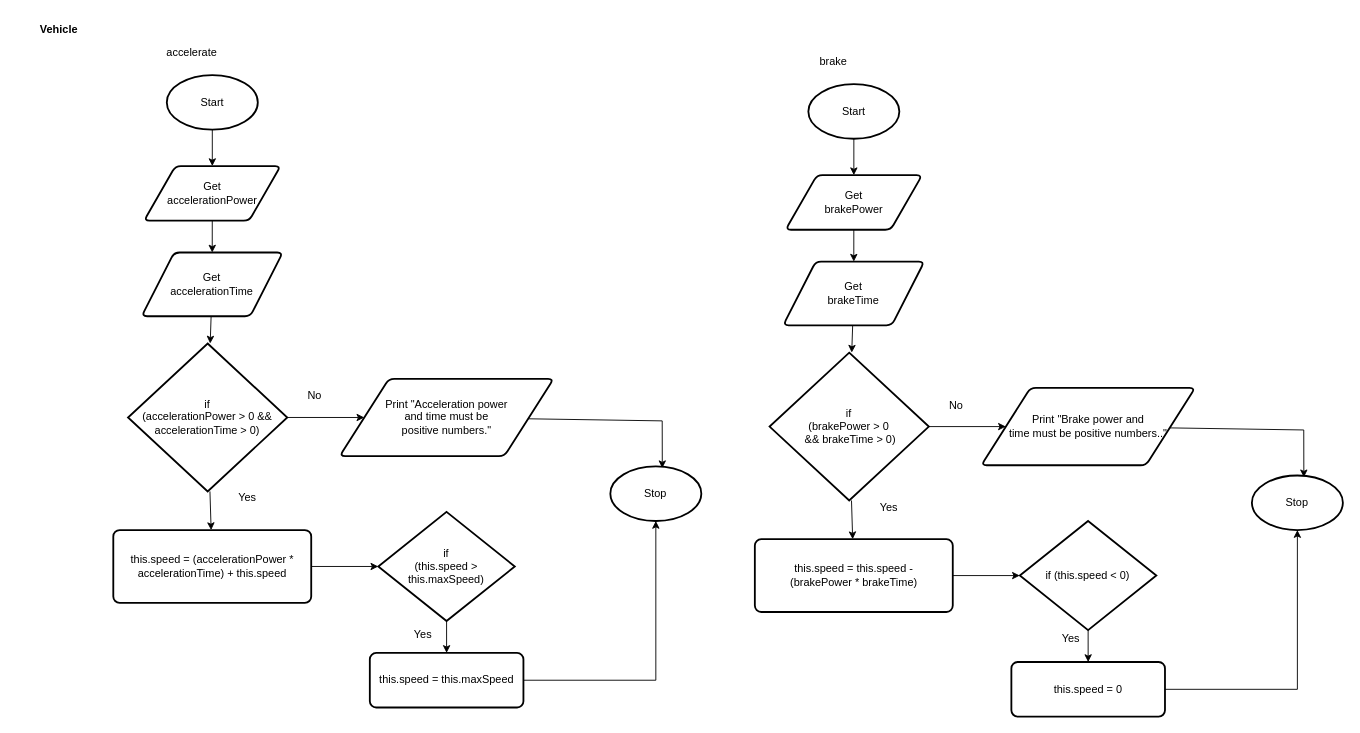
Above: Unit2-07/design/flowchart3.drawio in evan-beaudoin99/ICS4U-Unit2-Evan-Beaudoin (draw.io), before the change. Source tidied: cells renumbered, new cells numbered last; positions are measured from the earlier drawing's top-left corner, leaving out a move shared by most shapes. Both pictures are drawn from the tidied source at 91%, with x=0, y=0 at pixel (31, 15).
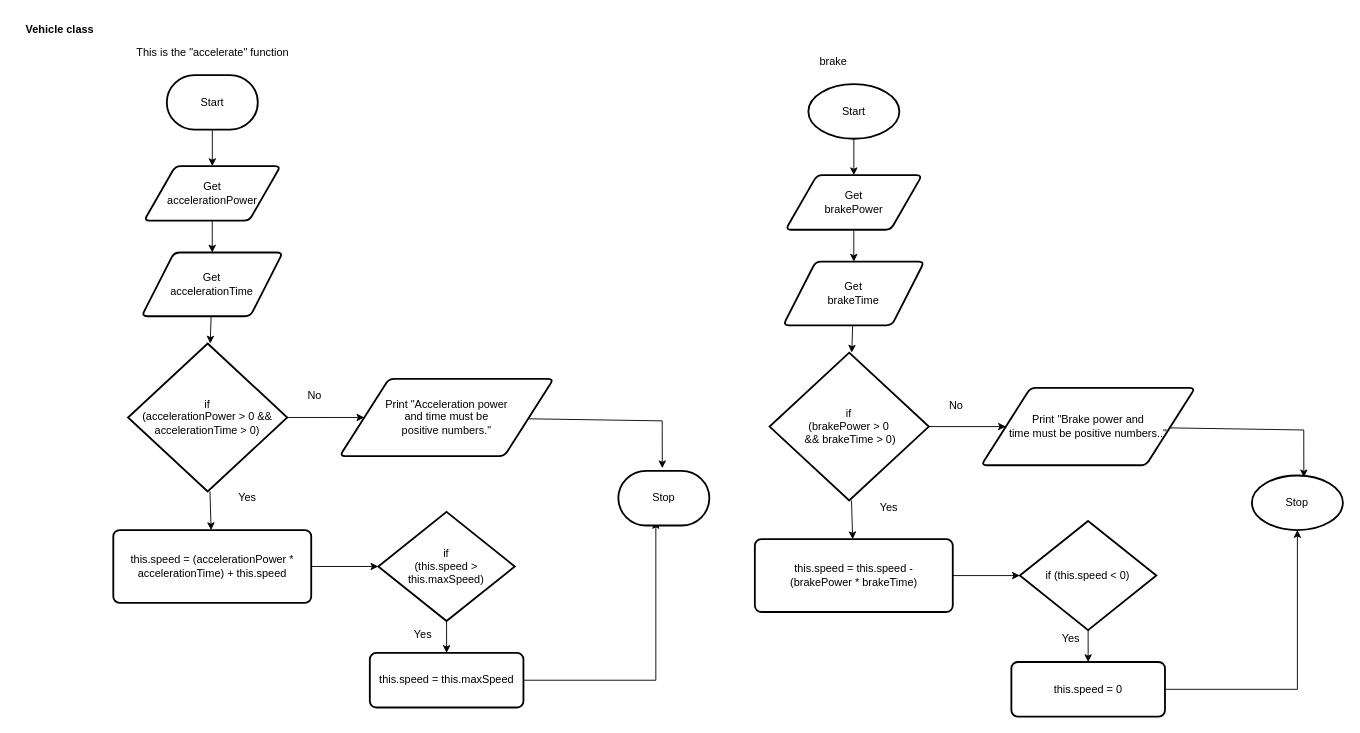
Above is the later version.

Unchanged cells that the change refers to:
```xml
<mxCell id="10" value="Get&lt;br style=&quot;font-size: 12px;&quot;&gt;accelerationPower" style="shape=parallelogram;html=1;strokeWidth=2;perimeter=parallelogramPerimeter;whiteSpace=wrap;rounded=1;arcSize=12;size=0.23;fontSize=12;" parent="1" vertex="1">
  <mxGeometry x="123.8" y="165" width="150" height="60" as="geometry" />
</mxCell>
<mxCell id="21" value="this.speed = this.maxSpeed" style="rounded=1;whiteSpace=wrap;html=1;absoluteArcSize=1;arcSize=14;strokeWidth=2;fontSize=12;" parent="1" vertex="1">
  <mxGeometry x="371.9" y="700" width="168.8" height="60" as="geometry" />
</mxCell>
<mxCell id="23" value="Print &quot;Acceleration power &lt;br&gt;and time must be &lt;br&gt;positive numbers.&quot;" style="shape=parallelogram;html=1;strokeWidth=2;perimeter=parallelogramPerimeter;whiteSpace=wrap;rounded=1;arcSize=12;size=0.23;fontSize=12;" parent="1" vertex="1">
  <mxGeometry x="338.8" y="398.8" width="235" height="85" as="geometry" />
</mxCell>
```

What changed in the source:
```diff
@@
-    <mxCell id="5" value="&lt;b&gt;Vehicle&lt;/b&gt;" style="text;html=1;align=center;verticalAlign=middle;strokeColor=none;fillColor=none;" parent="1" vertex="1">
-      <mxGeometry width="60" height="30" as="geometry" />
+    <mxCell id="5" value="&lt;b&gt;Vehicle class&lt;/b&gt;" style="text;html=1;align=center;verticalAlign=middle;strokeColor=none;fillColor=none;" parent="1" vertex="1">
+      <mxGeometry x="-17" width="95" height="30" as="geometry" />
     </mxCell>
-    <mxCell id="6" style="edgeStyle=none;html=1;fontSize=12;" parent="1" edge="1" source="7" target="10">
-      <mxGeometry relative="1" as="geometry" />
+    <mxCell id="6" style="edgeStyle=none;html=1;fontSize=12;" parent="1" edge="1" target="10">
+      <mxGeometry relative="1" as="geometry">
+        <mxPoint x="198.8" y="125" as="sourcePoint" />
+      </mxGeometry>
     </mxCell>
-    <mxCell id="7" value="Start" style="strokeWidth=2;html=1;shape=mxgraph.flowchart.start_1;whiteSpace=wrap;" parent="1" vertex="1">
-      <mxGeometry x="148.8" y="65" width="100" height="60" as="geometry" />
-    </mxCell>
-    <mxCell id="8" value="accelerate" style="text;html=1;align=center;verticalAlign=middle;strokeColor=none;fillColor=none;" parent="1" vertex="1">
-      <mxGeometry x="136.2" y="25" width="80" height="30" as="geometry" />
+    <mxCell id="8" value="This is the &quot;accelerate&quot; function" style="text;html=1;align=center;verticalAlign=middle;strokeColor=none;fillColor=none;" parent="1" vertex="1">
+      <mxGeometry x="103.8" y="25" width="190" height="30" as="geometry" />
     </mxCell>
@@
-    <mxCell id="20" style="edgeStyle=none;rounded=0;html=1;entryX=0.5;entryY=1;entryDx=0;entryDy=0;entryPerimeter=0;fontSize=12;" parent="1" edge="1" source="21" target="24">
+    <mxCell id="20" style="edgeStyle=none;rounded=0;html=1;entryX=0.5;entryY=1;entryDx=0;entryDy=0;entryPerimeter=0;fontSize=12;" parent="1" edge="1" source="21">
       <mxGeometry relative="1" as="geometry">
+        <mxPoint x="686.2" y="555" as="targetPoint" />
         <Array as="points">
           <mxPoint x="686.2" y="730" />
         </Array>
       </mxGeometry>
     </mxCell>
@@
-    <mxCell id="22" style="edgeStyle=none;html=1;entryX=0.571;entryY=0.033;entryDx=0;entryDy=0;entryPerimeter=0;fontSize=12;rounded=0;" parent="1" edge="1" source="23" target="24">
+    <mxCell id="22" style="edgeStyle=none;html=1;entryX=0.571;entryY=0.033;entryDx=0;entryDy=0;entryPerimeter=0;fontSize=12;rounded=0;" parent="1" edge="1" source="23">
       <mxGeometry relative="1" as="geometry">
+        <mxPoint x="693.3" y="497" as="targetPoint" />
         <Array as="points">
           <mxPoint x="693.2" y="445" />
         </Array>
       </mxGeometry>
     </mxCell>
@@
-    <mxCell id="24" value="Stop" style="strokeWidth=2;html=1;shape=mxgraph.flowchart.start_1;whiteSpace=wrap;" parent="1" vertex="1">
-      <mxGeometry x="636.2" y="495" width="100" height="60" as="geometry" />
-    </mxCell>
@@
+    <mxCell id="7" value="Start" style="strokeWidth=2;html=1;shape=mxgraph.flowchart.terminator;whiteSpace=wrap;" parent="1" vertex="1">
+      <mxGeometry x="148.8" y="65" width="100" height="60" as="geometry" />
+    </mxCell>
+    <mxCell id="24" value="Stop" style="strokeWidth=2;html=1;shape=mxgraph.flowchart.terminator;whiteSpace=wrap;" parent="1" vertex="1">
+      <mxGeometry x="645" y="500" width="100" height="60" as="geometry" />
+    </mxCell>
```
